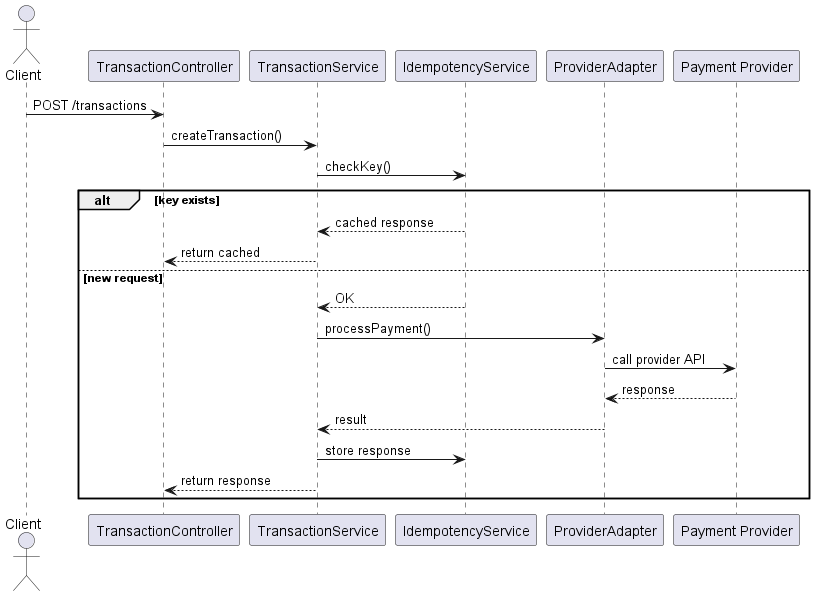
The PlantUML diagram docs/diagrams/4_sequence.png in srdejo/transaction-orchestrator, before a commit.
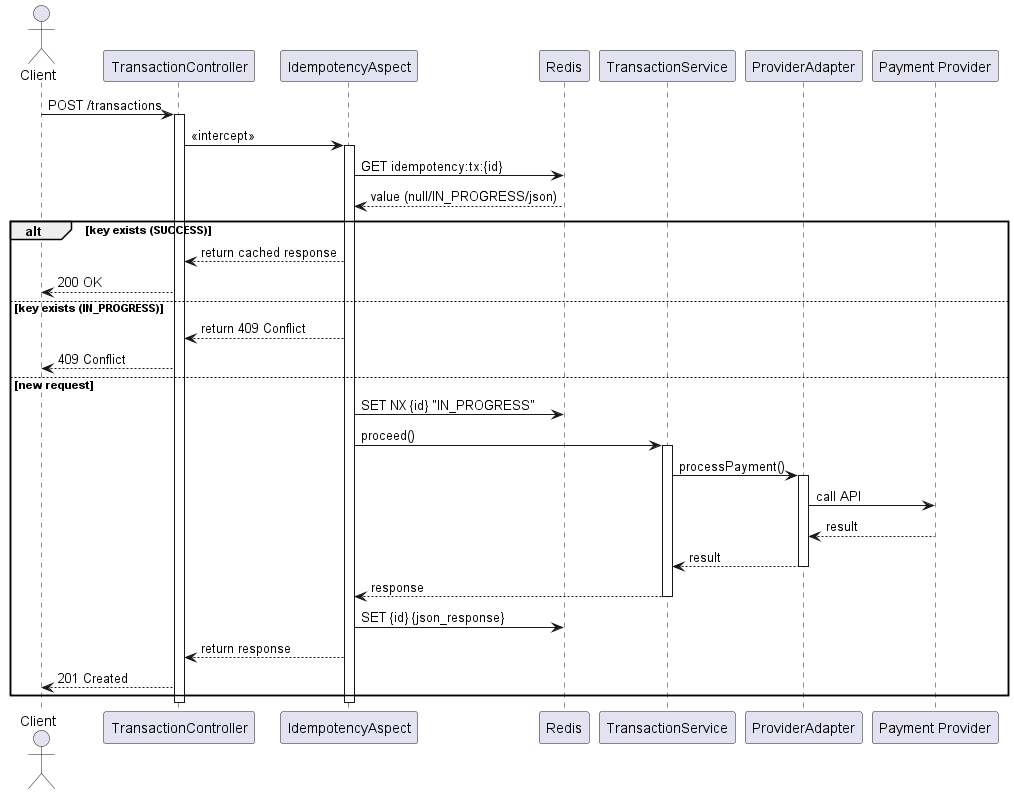
Later version of the same file.

Diff of the diagram source:
```diff
@@ -2,30 +2,49 @@
 actor Client
 
 participant "TransactionController" as C
+participant "IdempotencyAspect" as A
+participant "Redis" as R
 participant "TransactionService" as S
-participant "IdempotencyService" as I
 participant "ProviderAdapter" as P
 participant "Payment Provider" as Ext
 
 Client -> C : POST /transactions
-C -> S : createTransaction()
+activate C
 
-S -> I : checkKey()
+C -> A : <<intercept>>
+activate A
 
-alt key exists
-    I --> S : cached response
-    S --> C : return cached
+A -> R : GET idempotency:tx:{id}
+R --> A : value (null/IN_PROGRESS/json)
+
+alt key exists (SUCCESS)
+    A --> C : return cached response
+    C --> Client : 200 OK
+else key exists (IN_PROGRESS)
+    A --> C : return 409 Conflict
+    C --> Client : 409 Conflict
 else new request
-    I --> S : OK
+    A -> R : SET NX {id} "IN_PROGRESS"
+
+    A -> S : proceed()
+    activate S
 
     S -> P : processPayment()
-    P -> Ext : call provider API
-    Ext --> P : response
+    activate P
+    P -> Ext : call API
+    Ext --> P : result
+    P --> S : result
+    deactivate P
 
-    P --> S : result
-    S -> I : store response
+    S --> A : response
+    deactivate S
 
-    S --> C : return response
+    A -> R : SET {id} {json_response}
+    A --> C : return response
+    C --> Client : 201 Created
 end
 
+deactivate A
+deactivate C
+
 @enduml
```
